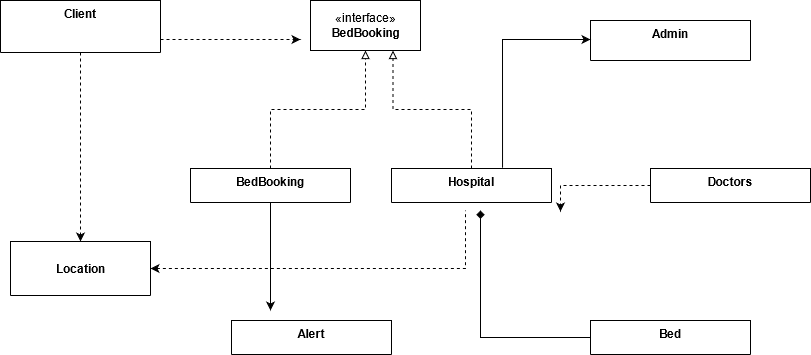
Above: Untitled Diagram.png in pandukakarunasena/individual_assignment_spark (draw.io), before the change. Source tidied: cells renumbered, new cells last; positions are measured from the earlier drawing's top-left corner, leaving out a move shared by most shapes. The source it was exported from:
```xml
<mxGraphModel>
  <root>
    <mxCell id="0" />
    <mxCell id="1" parent="0" />
    <mxCell id="2" style="edgeStyle=orthogonalEdgeStyle;rounded=0;jettySize=auto;html=1;endArrow=classic;endFill=1;entryX=0.5;entryY=0;entryDx=0;entryDy=0;dashed=1;" parent="1" edge="1" source="3" target="11">
      <mxGeometry relative="1" as="geometry" />
    </mxCell>
    <mxCell id="3" value="Client" style="swimlane;fontStyle=1;align=center;verticalAlign=top;horizontal=1;startSize=52;" parent="1" vertex="1">
      <mxGeometry width="160" height="52" as="geometry" />
    </mxCell>
    <mxCell id="4" style="edgeStyle=orthogonalEdgeStyle;rounded=0;jettySize=auto;html=1;entryX=0.5;entryY=1;entryDx=0;entryDy=0;dashed=1;endArrow=block;endFill=0;" parent="1" edge="1" source="6" target="7">
      <mxGeometry relative="1" as="geometry" />
    </mxCell>
    <mxCell id="5" style="edgeStyle=orthogonalEdgeStyle;rounded=0;jettySize=auto;html=1;endArrow=classic;endFill=1;" parent="1" edge="1" source="6">
      <mxGeometry relative="1" as="geometry">
        <mxPoint x="270" y="310" as="targetPoint" />
      </mxGeometry>
    </mxCell>
    <mxCell id="6" value="BedBooking" style="swimlane;fontStyle=1;align=center;verticalAlign=top;horizontal=1;startSize=34;" parent="1" vertex="1">
      <mxGeometry x="190" y="168" width="160" height="34" as="geometry" />
    </mxCell>
    <mxCell id="7" value="«interface»&lt;br&gt;&lt;b&gt;BedBooking&lt;/b&gt;" style="html=1;" parent="1" vertex="1">
      <mxGeometry x="310" width="110" height="50" as="geometry" />
    </mxCell>
    <mxCell id="8" style="edgeStyle=orthogonalEdgeStyle;rounded=0;jettySize=auto;html=1;dashed=1;endArrow=block;endFill=0;entryX=0.75;entryY=1;entryDx=0;entryDy=0;" parent="1" edge="1" source="9" target="7">
      <mxGeometry relative="1" as="geometry" />
    </mxCell>
    <mxCell id="9" value="Hospital" style="swimlane;fontStyle=1;align=center;verticalAlign=top;horizontal=1;startSize=34;" parent="1" vertex="1">
      <mxGeometry x="391" y="168" width="160" height="34" as="geometry" />
    </mxCell>
    <mxCell id="10" style="edgeStyle=orthogonalEdgeStyle;rounded=0;jettySize=auto;html=1;startArrow=classic;startFill=1;endArrow=none;endFill=0;dashed=1;" parent="1" edge="1" source="11">
      <mxGeometry relative="1" as="geometry">
        <mxPoint x="465" y="210" as="targetPoint" />
      </mxGeometry>
    </mxCell>
    <mxCell id="11" value="Location" style="swimlane;fontStyle=1;align=center;verticalAlign=middle;horizontal=1;startSize=54;html=1;" parent="1" vertex="1">
      <mxGeometry x="10" y="241" width="140" height="54" as="geometry" />
    </mxCell>
    <mxCell id="12" style="edgeStyle=orthogonalEdgeStyle;rounded=0;jettySize=auto;html=1;endArrow=classic;endFill=1;dashed=1;" parent="1" edge="1" source="13">
      <mxGeometry relative="1" as="geometry">
        <mxPoint x="560" y="211" as="targetPoint" />
      </mxGeometry>
    </mxCell>
    <mxCell id="13" value="Doctors" style="swimlane;fontStyle=1;align=center;verticalAlign=top;horizontal=1;startSize=34;" parent="1" vertex="1">
      <mxGeometry x="650" y="168" width="160" height="34" as="geometry" />
    </mxCell>
    <mxCell id="14" style="edgeStyle=orthogonalEdgeStyle;rounded=0;jettySize=auto;html=1;endArrow=diamond;endFill=1;" parent="1" edge="1" source="15">
      <mxGeometry relative="1" as="geometry">
        <mxPoint x="480" y="210" as="targetPoint" />
      </mxGeometry>
    </mxCell>
    <mxCell id="15" value="Bed" style="swimlane;fontStyle=1;align=center;verticalAlign=top;horizontal=1;startSize=34;" parent="1" vertex="1">
      <mxGeometry x="590" y="320" width="160" height="34" as="geometry" />
    </mxCell>
    <mxCell id="16" value="Alert" style="swimlane;fontStyle=1;align=center;verticalAlign=top;horizontal=1;startSize=34;" parent="1" vertex="1">
      <mxGeometry x="231" y="320" width="160" height="34" as="geometry" />
    </mxCell>
    <mxCell id="17" value="Admin" style="swimlane;fontStyle=1;align=center;verticalAlign=top;horizontal=1;startSize=40;" parent="1" vertex="1">
      <mxGeometry x="590" y="20" width="160" height="40" as="geometry" />
    </mxCell>
    <mxCell id="18" style="edgeStyle=orthogonalEdgeStyle;rounded=0;orthogonalLoop=1;jettySize=auto;html=1;endArrow=classic;endFill=1;dashed=1;" parent="1" edge="1">
      <mxGeometry relative="1" as="geometry">
        <mxPoint x="160" y="39" as="sourcePoint" />
        <mxPoint x="300" y="39" as="targetPoint" />
      </mxGeometry>
    </mxCell>
    <mxCell id="19" style="edgeStyle=orthogonalEdgeStyle;rounded=0;jettySize=auto;html=1;endArrow=none;endFill=0;startArrow=classic;startFill=1;entryX=0.694;entryY=-0.023;entryDx=0;entryDy=0;entryPerimeter=0;" parent="1" edge="1" target="9">
      <mxGeometry relative="1" as="geometry">
        <mxPoint x="590" y="39" as="sourcePoint" />
      </mxGeometry>
    </mxCell>
  </root>
</mxGraphModel>
```
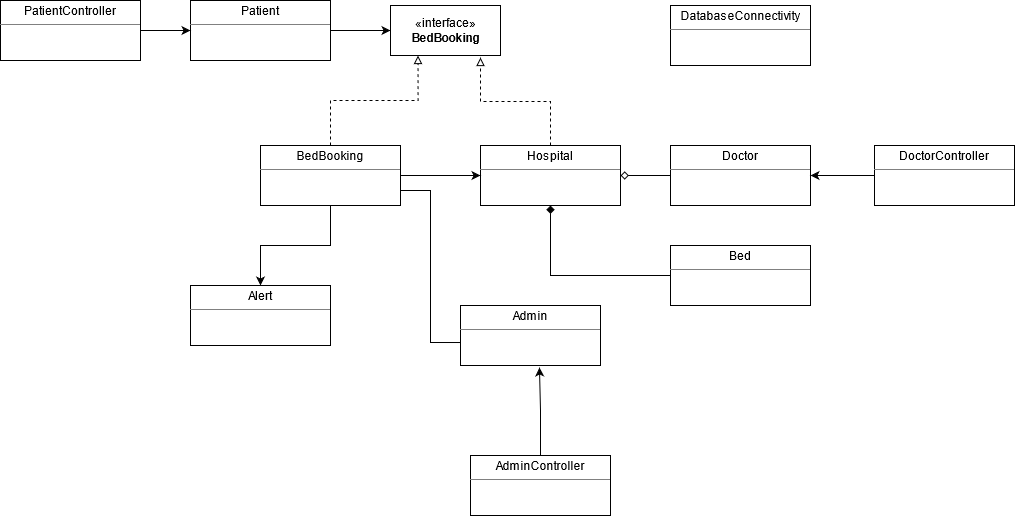
Above is the later version.

Commit message:
Added entity relationship diagram

Change to the diagram source:
```diff
@@ -2,72 +2,76 @@
   <root>
     <mxCell id="0" />
     <mxCell id="1" parent="0" />
-    <mxCell id="2" style="edgeStyle=orthogonalEdgeStyle;rounded=0;jettySize=auto;html=1;endArrow=classic;endFill=1;entryX=0.5;entryY=0;entryDx=0;entryDy=0;dashed=1;" parent="1" edge="1" source="3" target="11">
-      <mxGeometry relative="1" as="geometry" />
-    </mxCell>
-    <mxCell id="3" value="Client" style="swimlane;fontStyle=1;align=center;verticalAlign=top;horizontal=1;startSize=52;" parent="1" vertex="1">
-      <mxGeometry width="160" height="52" as="geometry" />
-    </mxCell>
+    <mxCell id="20" style="edgeStyle=orthogonalEdgeStyle;rounded=0;jettySize=auto;html=1;entryX=0;entryY=0.5;entryDx=0;entryDy=0;endArrow=classic;endFill=1;" parent="1" edge="1" source="21" target="7">
+      <mxGeometry relative="1" as="geometry" />
+    </mxCell>
+    <mxCell id="21" value="&lt;p style=&quot;margin: 0px ; margin-top: 4px ; text-align: center&quot;&gt;Patient&lt;/p&gt;&lt;hr size=&quot;1&quot;&gt;&lt;div style=&quot;height: 2px&quot;&gt;&lt;/div&gt;" style="verticalAlign=top;align=left;overflow=fill;fontSize=12;fontFamily=Helvetica;html=1;" parent="1" vertex="1">
+      <mxGeometry x="190" y="-45" width="140" height="60" as="geometry" />
+    </mxCell>
+    <mxCell id="22" style="edgeStyle=orthogonalEdgeStyle;rounded=0;jettySize=auto;html=1;entryX=1;entryY=0.5;entryDx=0;entryDy=0;endArrow=diamond;endFill=0;" parent="1" edge="1" source="23" target="9">
+      <mxGeometry relative="1" as="geometry" />
+    </mxCell>
+    <mxCell id="23" value="&lt;p style=&quot;margin: 0px ; margin-top: 4px ; text-align: center&quot;&gt;Doctor&lt;br&gt;&lt;/p&gt;&lt;hr size=&quot;1&quot;&gt;&lt;div style=&quot;height: 2px&quot;&gt;&lt;/div&gt;" style="verticalAlign=top;align=left;overflow=fill;fontSize=12;fontFamily=Helvetica;html=1;" parent="1" vertex="1">
+      <mxGeometry x="670" y="100" width="140" height="60" as="geometry" />
+    </mxCell>
+    <mxCell id="17" value="&lt;p style=&quot;margin: 0px ; margin-top: 4px ; text-align: center&quot;&gt;Admin&lt;br&gt;&lt;/p&gt;&lt;hr size=&quot;1&quot;&gt;&lt;div style=&quot;height: 2px&quot;&gt;&lt;/div&gt;" style="verticalAlign=top;align=left;overflow=fill;fontSize=12;fontFamily=Helvetica;html=1;" parent="1" vertex="1">
+      <mxGeometry x="460" y="260" width="140" height="60" as="geometry" />
+    </mxCell>
+    <mxCell id="24" style="edgeStyle=orthogonalEdgeStyle;rounded=0;jettySize=auto;html=1;entryX=0;entryY=0.5;entryDx=0;entryDy=0;endArrow=classic;endFill=1;" parent="1" edge="1" source="25" target="21">
+      <mxGeometry relative="1" as="geometry" />
+    </mxCell>
+    <mxCell id="25" value="&lt;p style=&quot;margin: 0px ; margin-top: 4px ; text-align: center&quot;&gt;PatientController&lt;/p&gt;&lt;hr size=&quot;1&quot;&gt;&lt;div style=&quot;height: 2px&quot;&gt;&lt;/div&gt;" style="verticalAlign=top;align=left;overflow=fill;fontSize=12;fontFamily=Helvetica;html=1;" parent="1" vertex="1">
+      <mxGeometry y="-45" width="140" height="60" as="geometry" />
+    </mxCell>
+    <mxCell id="26" style="edgeStyle=orthogonalEdgeStyle;rounded=0;jettySize=auto;html=1;entryX=1;entryY=0.5;entryDx=0;entryDy=0;endArrow=classic;endFill=1;" parent="1" edge="1" source="27" target="23">
+      <mxGeometry relative="1" as="geometry" />
+    </mxCell>
+    <mxCell id="27" value="&lt;p style=&quot;margin: 0px ; margin-top: 4px ; text-align: center&quot;&gt;DoctorController&lt;br&gt;&lt;/p&gt;&lt;hr size=&quot;1&quot;&gt;&lt;div style=&quot;height: 2px&quot;&gt;&lt;/div&gt;" style="verticalAlign=top;align=left;overflow=fill;fontSize=12;fontFamily=Helvetica;html=1;" parent="1" vertex="1">
+      <mxGeometry x="874" y="100" width="140" height="60" as="geometry" />
+    </mxCell>
+    <mxCell id="28" style="edgeStyle=orthogonalEdgeStyle;rounded=0;jettySize=auto;html=1;entryX=0.564;entryY=1.033;entryDx=0;entryDy=0;entryPerimeter=0;endArrow=classic;endFill=1;" parent="1" edge="1" source="29" target="17">
+      <mxGeometry relative="1" as="geometry" />
+    </mxCell>
+    <mxCell id="29" value="&lt;p style=&quot;margin: 0px ; margin-top: 4px ; text-align: center&quot;&gt;AdminController&lt;br&gt;&lt;/p&gt;&lt;hr size=&quot;1&quot;&gt;&lt;div style=&quot;height: 2px&quot;&gt;&lt;/div&gt;" style="verticalAlign=top;align=left;overflow=fill;fontSize=12;fontFamily=Helvetica;html=1;" parent="1" vertex="1">
+      <mxGeometry x="470" y="410" width="140" height="60" as="geometry" />
+    </mxCell>
+    <mxCell id="30" value="&lt;p style=&quot;margin: 0px ; margin-top: 4px ; text-align: center&quot;&gt;DatabaseConnectivity&lt;br&gt;&lt;/p&gt;&lt;hr size=&quot;1&quot;&gt;&lt;div style=&quot;height: 2px&quot;&gt;&lt;/div&gt;" style="verticalAlign=top;align=left;overflow=fill;fontSize=12;fontFamily=Helvetica;html=1;" parent="1" vertex="1">
+      <mxGeometry x="670" y="-40" width="140" height="60" as="geometry" />
+    </mxCell>
+    <mxCell id="31" style="edgeStyle=orthogonalEdgeStyle;rounded=0;jettySize=auto;html=1;dashed=1;endArrow=block;endFill=0;" parent="1" edge="1" source="9">
+      <mxGeometry relative="1" as="geometry">
+        <mxPoint x="480" y="12" as="targetPoint" />
+      </mxGeometry>
+    </mxCell>
+    <mxCell id="9" value="&lt;p style=&quot;margin: 0px ; margin-top: 4px ; text-align: center&quot;&gt;Hospital&lt;br&gt;&lt;/p&gt;&lt;hr size=&quot;1&quot;&gt;&lt;div style=&quot;height: 2px&quot;&gt;&lt;/div&gt;" style="verticalAlign=top;align=left;overflow=fill;fontSize=12;fontFamily=Helvetica;html=1;" parent="1" vertex="1">
+      <mxGeometry x="480" y="100" width="140" height="60" as="geometry" />
+    </mxCell>
+    <mxCell id="32" style="edgeStyle=orthogonalEdgeStyle;rounded=0;jettySize=auto;html=1;entryX=0;entryY=0.617;entryDx=0;entryDy=0;endArrow=none;endFill=0;entryPerimeter=0;exitX=1;exitY=0.75;exitDx=0;exitDy=0;" parent="1" edge="1" source="6" target="17">
+      <mxGeometry relative="1" as="geometry" />
+    </mxCell>
+    <mxCell id="33" style="edgeStyle=orthogonalEdgeStyle;rounded=0;jettySize=auto;html=1;entryX=0;entryY=0.5;entryDx=0;entryDy=0;endArrow=classic;endFill=1;" parent="1" edge="1" source="6" target="9">
+      <mxGeometry relative="1" as="geometry" />
+    </mxCell>
-    <mxCell id="4" style="edgeStyle=orthogonalEdgeStyle;rounded=0;jettySize=auto;html=1;entryX=0.5;entryY=1;entryDx=0;entryDy=0;dashed=1;endArrow=block;endFill=0;" parent="1" edge="1" source="6" target="7">
+    <mxCell id="4" style="edgeStyle=orthogonalEdgeStyle;rounded=0;jettySize=auto;html=1;entryX=0.25;entryY=1;entryDx=0;entryDy=0;endArrow=block;endFill=0;dashed=1;" parent="1" edge="1" source="6" target="7">
       <mxGeometry relative="1" as="geometry" />
     </mxCell>
-    <mxCell id="5" style="edgeStyle=orthogonalEdgeStyle;rounded=0;jettySize=auto;html=1;endArrow=classic;endFill=1;" parent="1" edge="1" source="6">
-      <mxGeometry relative="1" as="geometry">
-        <mxPoint x="270" y="310" as="targetPoint" />
-      </mxGeometry>
-    </mxCell>
+    <mxCell id="34" style="edgeStyle=orthogonalEdgeStyle;rounded=0;jettySize=auto;html=1;entryX=0.5;entryY=0;entryDx=0;entryDy=0;endArrow=classic;endFill=1;" parent="1" edge="1" source="6" target="16">
+      <mxGeometry relative="1" as="geometry" />
+    </mxCell>
-    <mxCell id="6" value="BedBooking" style="swimlane;fontStyle=1;align=center;verticalAlign=top;horizontal=1;startSize=34;" parent="1" vertex="1">
-      <mxGeometry x="190" y="168" width="160" height="34" as="geometry" />
+    <mxCell id="6" value="&lt;p style=&quot;margin: 0px ; margin-top: 4px ; text-align: center&quot;&gt;BedBooking&lt;br&gt;&lt;/p&gt;&lt;hr size=&quot;1&quot;&gt;&lt;div style=&quot;height: 2px&quot;&gt;&lt;/div&gt;" style="verticalAlign=top;align=left;overflow=fill;fontSize=12;fontFamily=Helvetica;html=1;" parent="1" vertex="1">
+      <mxGeometry x="260" y="100" width="140" height="60" as="geometry" />
     </mxCell>
     <mxCell id="7" value="«interface»&lt;br&gt;&lt;b&gt;BedBooking&lt;/b&gt;" style="html=1;" parent="1" vertex="1">
-      <mxGeometry x="310" width="110" height="50" as="geometry" />
+      <mxGeometry x="390" y="-40" width="110" height="50" as="geometry" />
     </mxCell>
-    <mxCell id="8" style="edgeStyle=orthogonalEdgeStyle;rounded=0;jettySize=auto;html=1;dashed=1;endArrow=block;endFill=0;entryX=0.75;entryY=1;entryDx=0;entryDy=0;" parent="1" edge="1" source="9" target="7">
-      <mxGeometry relative="1" as="geometry" />
-    </mxCell>
-    <mxCell id="9" value="Hospital" style="swimlane;fontStyle=1;align=center;verticalAlign=top;horizontal=1;startSize=34;" parent="1" vertex="1">
-      <mxGeometry x="391" y="168" width="160" height="34" as="geometry" />
-    </mxCell>
-    <mxCell id="10" style="edgeStyle=orthogonalEdgeStyle;rounded=0;jettySize=auto;html=1;startArrow=classic;startFill=1;endArrow=none;endFill=0;dashed=1;" parent="1" edge="1" source="11">
-      <mxGeometry relative="1" as="geometry">
-        <mxPoint x="465" y="210" as="targetPoint" />
-      </mxGeometry>
-    </mxCell>
-    <mxCell id="11" value="Location" style="swimlane;fontStyle=1;align=center;verticalAlign=middle;horizontal=1;startSize=54;html=1;" parent="1" vertex="1">
-      <mxGeometry x="10" y="241" width="140" height="54" as="geometry" />
-    </mxCell>
-    <mxCell id="12" style="edgeStyle=orthogonalEdgeStyle;rounded=0;jettySize=auto;html=1;endArrow=classic;endFill=1;dashed=1;" parent="1" edge="1" source="13">
-      <mxGeometry relative="1" as="geometry">
-        <mxPoint x="560" y="211" as="targetPoint" />
-      </mxGeometry>
-    </mxCell>
-    <mxCell id="13" value="Doctors" style="swimlane;fontStyle=1;align=center;verticalAlign=top;horizontal=1;startSize=34;" parent="1" vertex="1">
-      <mxGeometry x="650" y="168" width="160" height="34" as="geometry" />
-    </mxCell>
-    <mxCell id="14" style="edgeStyle=orthogonalEdgeStyle;rounded=0;jettySize=auto;html=1;endArrow=diamond;endFill=1;" parent="1" edge="1" source="15">
-      <mxGeometry relative="1" as="geometry">
-        <mxPoint x="480" y="210" as="targetPoint" />
-      </mxGeometry>
-    </mxCell>
+    <mxCell id="16" value="&lt;p style=&quot;margin: 0px ; margin-top: 4px ; text-align: center&quot;&gt;Alert&lt;br&gt;&lt;/p&gt;&lt;hr size=&quot;1&quot;&gt;&lt;div style=&quot;height: 2px&quot;&gt;&lt;/div&gt;" style="verticalAlign=top;align=left;overflow=fill;fontSize=12;fontFamily=Helvetica;html=1;" parent="1" vertex="1">
+      <mxGeometry x="190" y="240" width="140" height="60" as="geometry" />
+    </mxCell>
+    <mxCell id="35" style="edgeStyle=orthogonalEdgeStyle;rounded=0;jettySize=auto;html=1;entryX=0.5;entryY=1;entryDx=0;entryDy=0;endArrow=diamond;endFill=1;" parent="1" edge="1" source="15" target="9">
+      <mxGeometry relative="1" as="geometry" />
+    </mxCell>
-    <mxCell id="15" value="Bed" style="swimlane;fontStyle=1;align=center;verticalAlign=top;horizontal=1;startSize=34;" parent="1" vertex="1">
-      <mxGeometry x="590" y="320" width="160" height="34" as="geometry" />
+    <mxCell id="15" value="&lt;p style=&quot;margin: 0px ; margin-top: 4px ; text-align: center&quot;&gt;Bed&lt;br&gt;&lt;/p&gt;&lt;hr size=&quot;1&quot;&gt;&lt;div style=&quot;height: 2px&quot;&gt;&lt;/div&gt;" style="verticalAlign=top;align=left;overflow=fill;fontSize=12;fontFamily=Helvetica;html=1;" parent="1" vertex="1">
+      <mxGeometry x="670" y="200" width="140" height="60" as="geometry" />
     </mxCell>
-    <mxCell id="16" value="Alert" style="swimlane;fontStyle=1;align=center;verticalAlign=top;horizontal=1;startSize=34;" parent="1" vertex="1">
-      <mxGeometry x="231" y="320" width="160" height="34" as="geometry" />
-    </mxCell>
-    <mxCell id="17" value="Admin" style="swimlane;fontStyle=1;align=center;verticalAlign=top;horizontal=1;startSize=40;" parent="1" vertex="1">
-      <mxGeometry x="590" y="20" width="160" height="40" as="geometry" />
-    </mxCell>
-    <mxCell id="18" style="edgeStyle=orthogonalEdgeStyle;rounded=0;orthogonalLoop=1;jettySize=auto;html=1;endArrow=classic;endFill=1;dashed=1;" parent="1" edge="1">
-      <mxGeometry relative="1" as="geometry">
-        <mxPoint x="160" y="39" as="sourcePoint" />
-        <mxPoint x="300" y="39" as="targetPoint" />
-      </mxGeometry>
-    </mxCell>
-    <mxCell id="19" style="edgeStyle=orthogonalEdgeStyle;rounded=0;jettySize=auto;html=1;endArrow=none;endFill=0;startArrow=classic;startFill=1;entryX=0.694;entryY=-0.023;entryDx=0;entryDy=0;entryPerimeter=0;" parent="1" edge="1" target="9">
-      <mxGeometry relative="1" as="geometry">
-        <mxPoint x="590" y="39" as="sourcePoint" />
-      </mxGeometry>
-    </mxCell>
   </root>
 </mxGraphModel>
```
